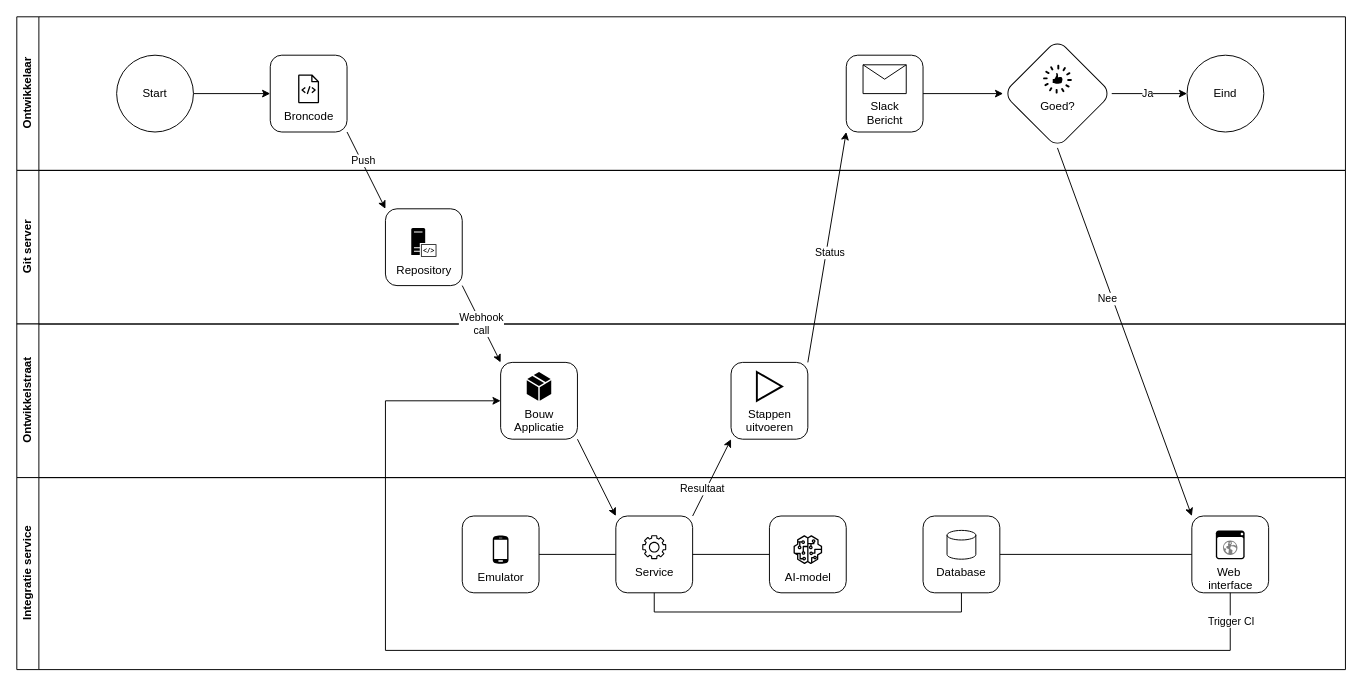
luukvankooten/draw.io keeps this draw.io diagram as page "Integratie service" (13 of 13) of cli app.drawio. Above is the earlier version. Source tidied: cells renumbered, new cells numbered last; positions are measured from the earlier drawing's top-left corner, leaving out a move shared by most shapes. Both pictures are drawn from the tidied source at 96%, with x=0, y=0 at pixel (16, 16).
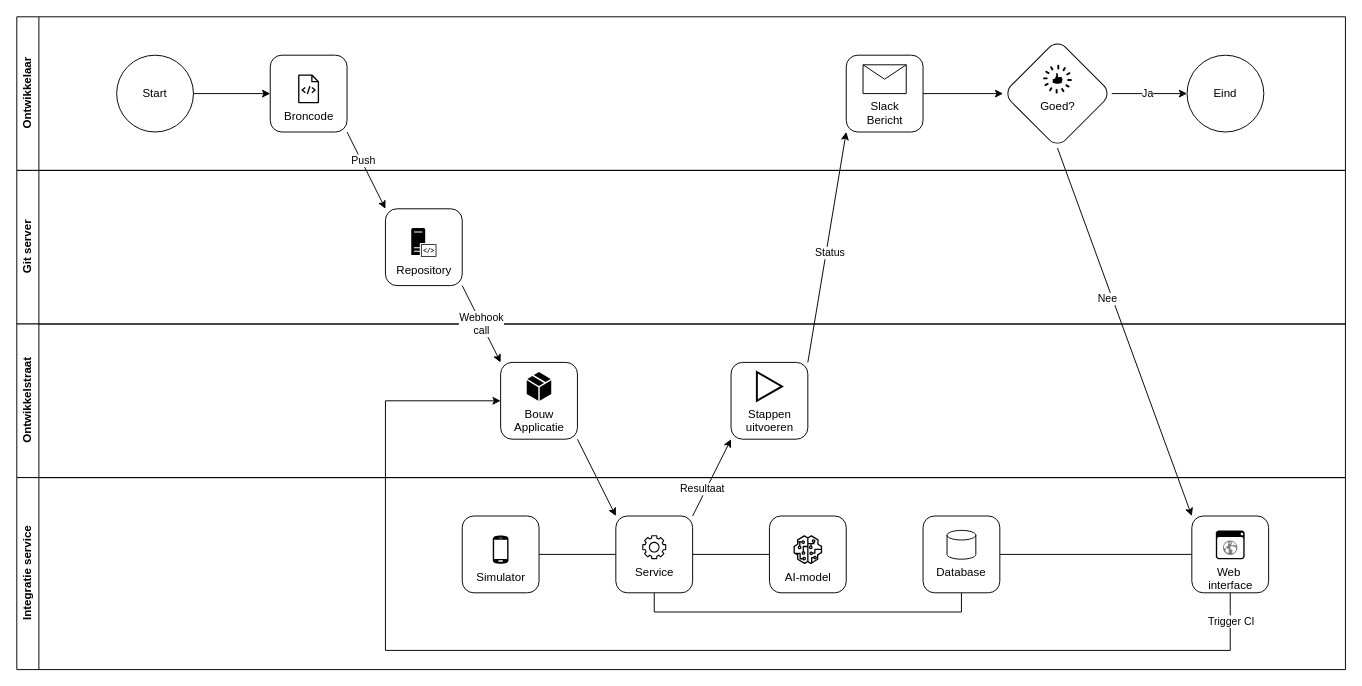
The same diagram, later.

The change refers to these unchanged cells:
```xml
<mxCell id="23" value="Integratie service" style="swimlane;horizontal=0;whiteSpace=wrap;html=1;" parent="1" vertex="1">
  <mxGeometry y="480" width="1384" height="200" as="geometry" />
</mxCell>
```

The edit, as a diff of the source:
```diff
@@
-    <mxCell id="27" value="Emulator" style="sketch=0;shadow=0;dashed=0;html=1;strokeColor=none;fillColor=#000000;labelPosition=center;verticalLabelPosition=bottom;verticalAlign=top;align=center;shape=mxgraph.office.devices.cell_phone_android_proportional;" parent="23" vertex="1">
+    <mxCell id="27" value="Simulator" style="sketch=0;shadow=0;dashed=0;html=1;strokeColor=none;fillColor=#000000;labelPosition=center;verticalLabelPosition=bottom;verticalAlign=top;align=center;shape=mxgraph.office.devices.cell_phone_android_proportional;" parent="23" vertex="1">
       <mxGeometry x="495.8" y="60" width="16.4" height="30" as="geometry" />
     </mxCell>
```
